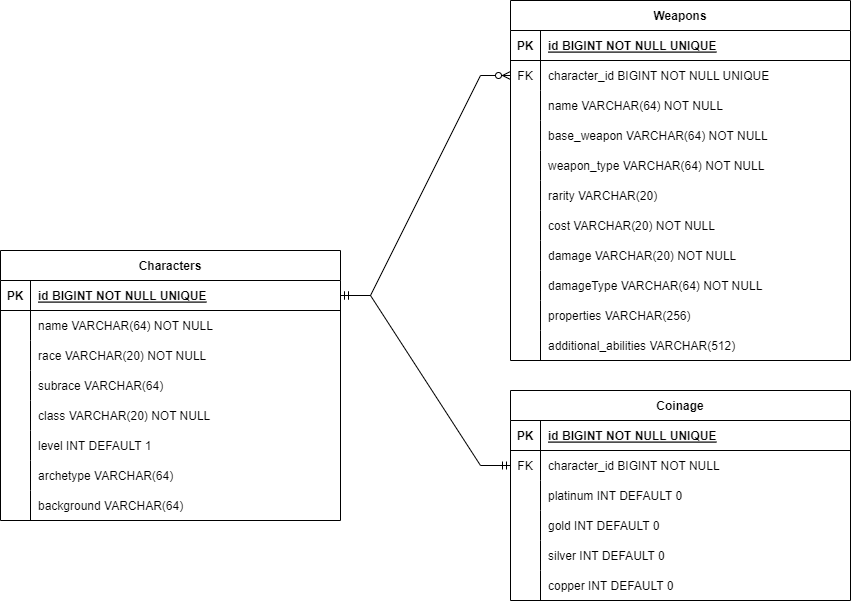
Before: Documentation/Fantasy-Inventory-ERD.png, a diagram exported from draw.io (Callum-Robinson/hobby-project-backend). Source tidied: cells renumbered, new cells last; positions are measured from the earlier drawing's top-left corner, leaving out a move shared by most shapes.
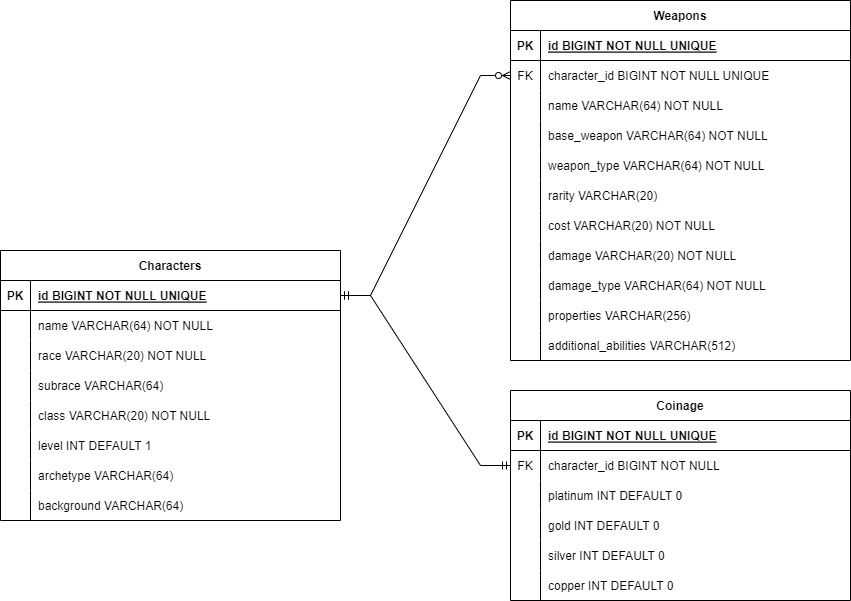
After the change.

What changed in the source:
```diff
@@ -158,7 +158,7 @@
     <mxCell id="53" style="shape=partialRectangle;fillColor=none;top=0;left=0;bottom=0;right=0;overflow=hidden;" parent="52" vertex="1">
       <mxGeometry width="30" height="30" as="geometry" />
     </mxCell>
-    <mxCell id="54" value="damageType VARCHAR(64) NOT NULL" style="shape=partialRectangle;fillColor=none;top=0;left=0;bottom=0;right=0;align=left;spacingLeft=6;overflow=hidden;" parent="52" vertex="1">
+    <mxCell id="54" value="damage_type VARCHAR(64) NOT NULL" style="shape=partialRectangle;fillColor=none;top=0;left=0;bottom=0;right=0;align=left;spacingLeft=6;overflow=hidden;" parent="52" vertex="1">
       <mxGeometry x="30" width="310" height="30" as="geometry" />
     </mxCell>
     <mxCell id="55" style="shape=tableRow;horizontal=0;startSize=0;swimlaneHead=0;swimlaneBody=0;fillColor=none;top=0;left=0;right=0;bottom=0;" parent="27" vertex="1">
```
